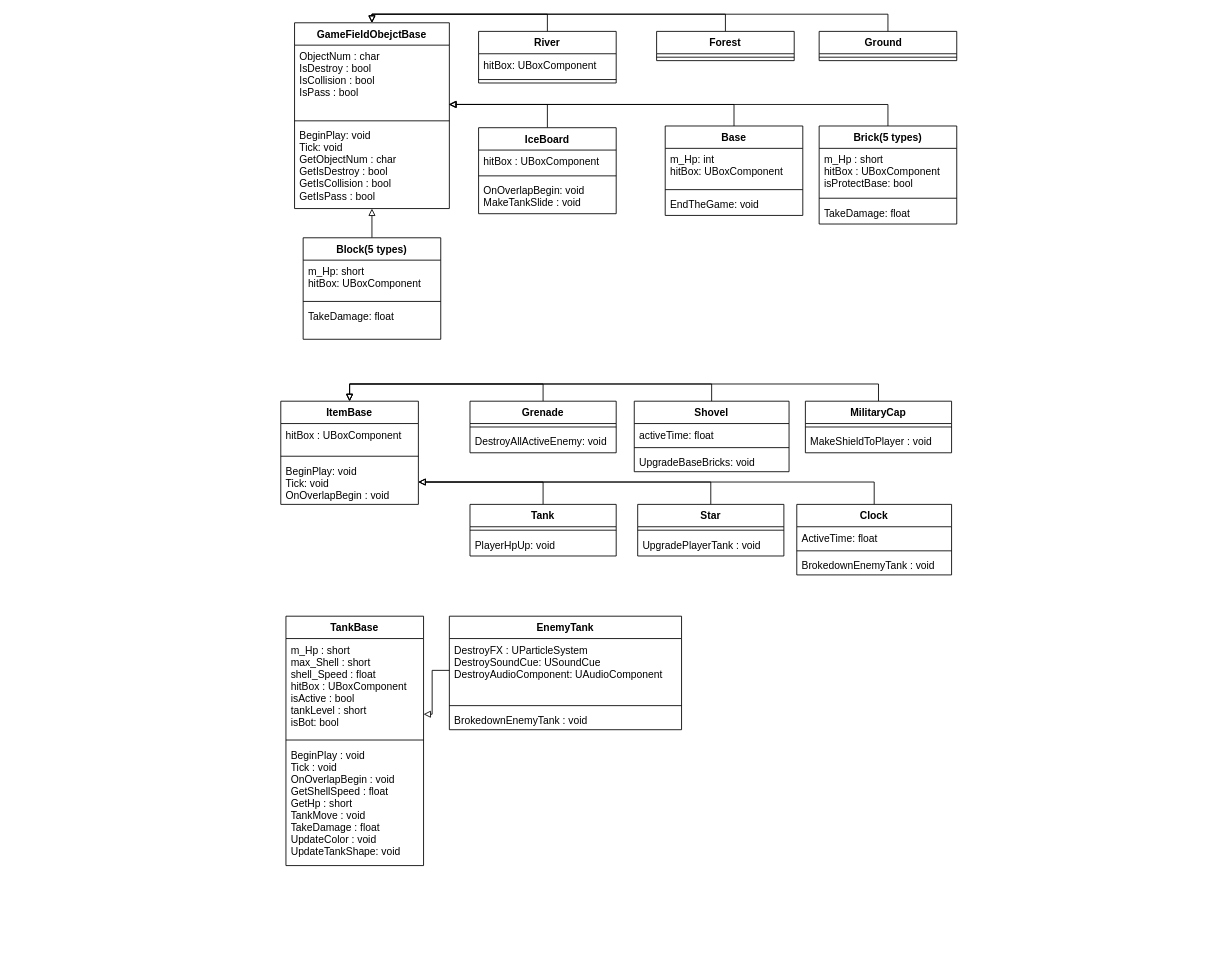
Above: Untitled Diagram.drawio in zzaxowns/Study_LIST_IN_Vacation (draw.io), before the change. Source tidied: cells renumbered, new cells numbered last; positions are measured from the earlier drawing's top-left corner, leaving out a move shared by most shapes. Both pictures are drawn from the tidied source at 86%, with x=0, y=0 at pixel (280, 22).
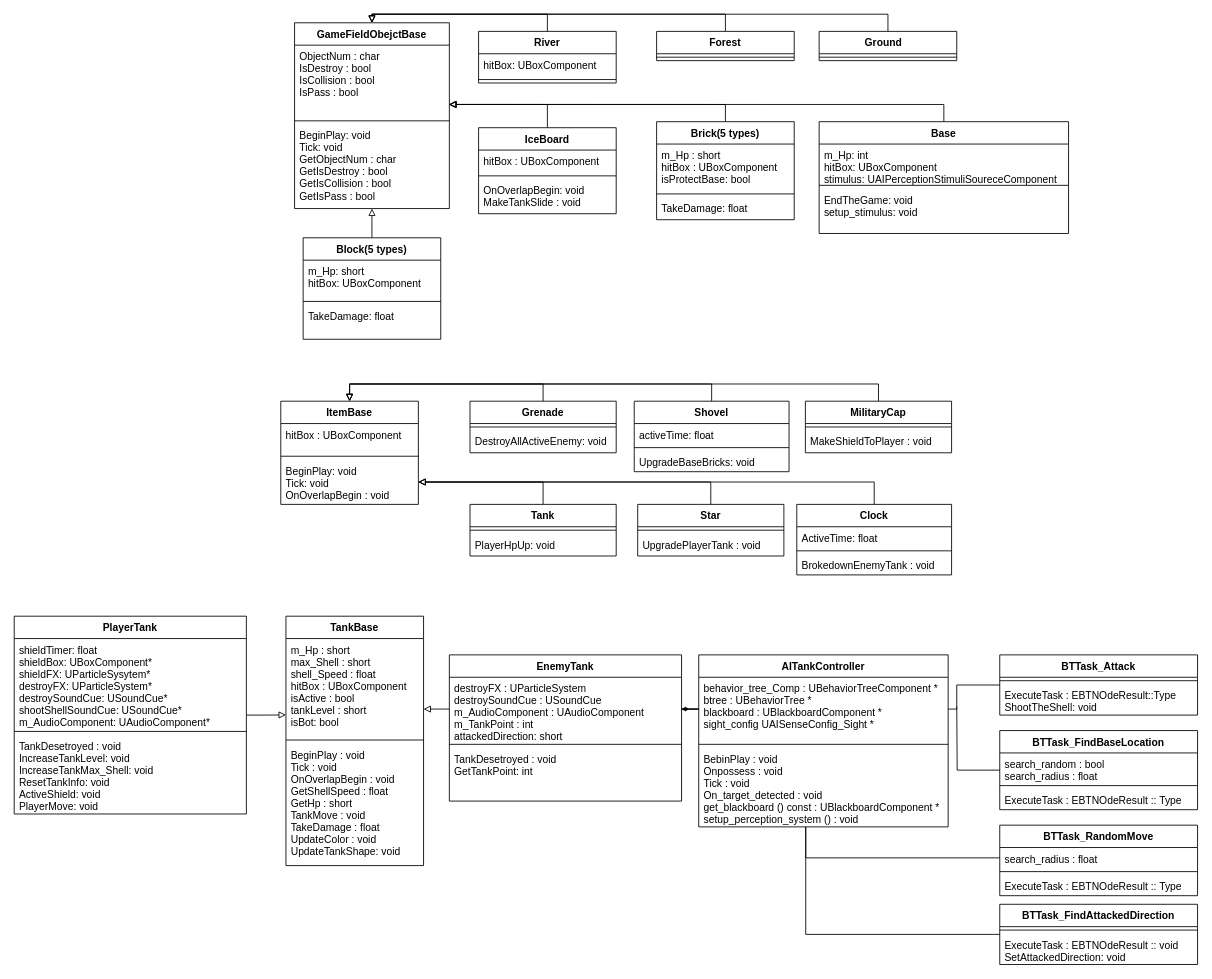
After the change.

The change refers to these unchanged cells:
```xml
<mxCell id="67" value="m_Hp : short &#10;max_Shell : short &#10;shell_Speed : float         &#10;hitBox : UBoxComponent &#10;isActive : bool &#10;tankLevel : short&#10;isBot: bool&#10;&#10;" style="text;strokeColor=none;fillColor=none;align=left;verticalAlign=top;spacingLeft=4;spacingRight=4;overflow=hidden;points=[[0,0.5],[1,0.5]];portConstraint=eastwest;" parent="66" vertex="1">
  <mxGeometry y="26" width="160" height="114" as="geometry" />
</mxCell>
```

Diff of the diagram source:
```diff
@@
     <mxCell id="15" value="Brick(5 types)" style="swimlane;fontStyle=1;align=center;verticalAlign=top;horizontal=1;startSize=26;" parent="1" vertex="1">
-      <mxGeometry x="626" y="120" width="160" height="114" as="geometry" />
+      <mxGeometry x="437" y="115" width="160" height="114" as="geometry" />
     </mxCell>
@@
     <mxCell id="32" value="Base" style="swimlane;fontStyle=1;align=center;verticalAlign=top;horizontal=1;startSize=26;" parent="1" vertex="1">
-      <mxGeometry x="447" y="120" width="160" height="104" as="geometry" />
+      <mxGeometry x="626" y="115" width="290" height="130" as="geometry" />
     </mxCell>
-    <mxCell id="33" value="m_Hp: int&#10;hitBox: UBoxComponent" style="text;strokeColor=none;fillColor=none;align=left;verticalAlign=top;spacingLeft=4;spacingRight=4;overflow=hidden;" parent="32" vertex="1">
-      <mxGeometry y="26" width="160" height="44" as="geometry" />
+    <mxCell id="33" value="m_Hp: int&#10;hitBox: UBoxComponent&#10;stimulus: UAIPerceptionStimuliSoureceComponent" style="text;strokeColor=none;fillColor=none;align=left;verticalAlign=top;spacingLeft=4;spacingRight=4;overflow=hidden;" parent="32" vertex="1">
+      <mxGeometry y="26" width="290" height="44" as="geometry" />
     </mxCell>
     <mxCell id="34" style="line;strokeWidth=1;fillColor=none;align=left;verticalAlign=middle;spacingTop=-1;spacingLeft=3;spacingRight=3;labelPosition=right;" parent="32" vertex="1">
-      <mxGeometry y="70" width="160" height="8" as="geometry" />
+      <mxGeometry y="70" width="290" height="8" as="geometry" />
     </mxCell>
-    <mxCell id="35" value="EndTheGame: void " style="text;strokeColor=none;fillColor=none;align=left;verticalAlign=top;spacingLeft=4;spacingRight=4;overflow=hidden;" parent="32" vertex="1">
-      <mxGeometry y="78" width="160" height="26" as="geometry" />
+    <mxCell id="35" value="EndTheGame: void &#10;setup_stimulus: void" style="text;strokeColor=none;fillColor=none;align=left;verticalAlign=top;spacingLeft=4;spacingRight=4;overflow=hidden;" parent="32" vertex="1">
+      <mxGeometry y="78" width="290" height="52" as="geometry" />
     </mxCell>
@@
     <mxCell id="70" value="EnemyTank" style="swimlane;fontStyle=1;align=center;verticalAlign=top;horizontal=1;startSize=26;" parent="1" vertex="1">
-      <mxGeometry x="196" y="690" width="270" height="132" as="geometry" />
+      <mxGeometry x="196" y="735" width="270" height="170" as="geometry" />
     </mxCell>
-    <mxCell id="71" value="DestroyFX : UParticleSystem &#10;DestroySoundCue: USoundCue&#10;DestroyAudioComponent: UAudioComponent" style="text;strokeColor=none;fillColor=none;align=left;verticalAlign=top;spacingLeft=4;spacingRight=4;overflow=hidden;points=[[0,0.5],[1,0.5]];portConstraint=eastwest;" parent="70" vertex="1">
+    <mxCell id="71" value="destroyFX : UParticleSystem &#10;destroySoundCue : USoundCue &#10;m_AudioComponent : UAudioComponent &#10;m_TankPoint : int&#10;attackedDirection: short&#10;&#10;" style="text;strokeColor=none;fillColor=none;align=left;verticalAlign=top;spacingLeft=4;spacingRight=4;overflow=hidden;points=[[0,0.5],[1,0.5]];portConstraint=eastwest;" parent="70" vertex="1">
       <mxGeometry y="26" width="270" height="74" as="geometry" />
     </mxCell>
@@
-    <mxCell id="73" value="BrokedownEnemyTank : void" style="text;strokeColor=none;fillColor=none;align=left;verticalAlign=top;spacingLeft=4;spacingRight=4;overflow=hidden;" parent="70" vertex="1">
-      <mxGeometry y="108" width="270" height="24" as="geometry" />
+    <mxCell id="73" value="TankDesetroyed : void&#10;GetTankPoint: int&#10;" style="text;strokeColor=none;fillColor=none;align=left;verticalAlign=top;spacingLeft=4;spacingRight=4;overflow=hidden;" parent="70" vertex="1">
+      <mxGeometry y="108" width="270" height="62" as="geometry" />
     </mxCell>
-    <mxCell id="74" style="edgeStyle=orthogonalEdgeStyle;rounded=0;jettySize=auto;html=1;exitX=0;exitY=0.5;exitDx=0;exitDy=0;entryX=1;entryY=0.772;entryDx=0;entryDy=0;entryPerimeter=0;endArrow=block;endFill=0;" parent="1" edge="1" source="71" target="67">
-      <mxGeometry relative="1" as="geometry" />
+    <mxCell id="74" style="edgeStyle=orthogonalEdgeStyle;rounded=0;jettySize=auto;html=1;exitX=0;exitY=0.5;exitDx=0;exitDy=0;endArrow=block;endFill=0;" parent="1" edge="1" source="71">
+      <mxGeometry relative="1" as="geometry">
+        <mxPoint x="166" y="798" as="targetPoint" />
+      </mxGeometry>
     </mxCell>
+    <mxCell id="75" value="AITankController" style="swimlane;fontStyle=1;align=center;verticalAlign=top;horizontal=1;startSize=26;" parent="1" vertex="1">
+      <mxGeometry x="486" y="735" width="290" height="200" as="geometry" />
+    </mxCell>
+    <mxCell id="76" value="behavior_tree_Comp : UBehaviorTreeComponent *&#10;btree : UBehaviorTree * &#10;blackboard : UBlackboardComponent *&#10;sight_config UAISenseConfig_Sight *" style="text;strokeColor=none;fillColor=none;align=left;verticalAlign=top;spacingLeft=4;spacingRight=4;overflow=hidden;points=[[0,0.5],[1,0.5]];portConstraint=eastwest;" parent="75" vertex="1">
+      <mxGeometry y="26" width="290" height="74" as="geometry" />
+    </mxCell>
+    <mxCell id="77" style="line;strokeWidth=1;fillColor=none;align=left;verticalAlign=middle;spacingTop=-1;spacingLeft=3;spacingRight=3;labelPosition=right;" parent="75" vertex="1">
+      <mxGeometry y="100" width="290" height="8" as="geometry" />
+    </mxCell>
+    <mxCell id="78" value="BebinPlay : void &#10;Onpossess : void &#10;Tick : void &#10;On_target_detected : void&#10;get_blackboard () const : UBlackboardComponent * &#10;setup_perception_system () : void&#10;" style="text;strokeColor=none;fillColor=none;align=left;verticalAlign=top;spacingLeft=4;spacingRight=4;overflow=hidden;points=[[0,0.5],[1,0.5]];portConstraint=eastwest;" parent="75" vertex="1">
+      <mxGeometry y="108" width="290" height="92" as="geometry" />
+    </mxCell>
+    <mxCell id="79" style="edgeStyle=orthogonalEdgeStyle;rounded=0;jettySize=auto;html=1;entryX=1;entryY=0.5;entryDx=0;entryDy=0;endArrow=none;endFill=0;" parent="1" edge="1" source="80" target="76">
+      <mxGeometry relative="1" as="geometry">
+        <Array as="points">
+          <mxPoint x="786" y="770" />
+        </Array>
+      </mxGeometry>
+    </mxCell>
+    <mxCell id="80" value="BTTask_Attack" style="swimlane;fontStyle=1;align=center;verticalAlign=top;horizontal=1;startSize=26;" parent="1" vertex="1">
+      <mxGeometry x="836" y="735" width="230" height="70" as="geometry" />
+    </mxCell>
+    <mxCell id="81" style="line;strokeWidth=1;fillColor=none;align=left;verticalAlign=middle;spacingTop=-1;spacingLeft=3;spacingRight=3;labelPosition=right;" parent="80" vertex="1">
+      <mxGeometry y="26" width="230" height="8" as="geometry" />
+    </mxCell>
+    <mxCell id="82" value="ExecuteTask : EBTNOdeResult::Type&#10;ShootTheShell: void&#10;" style="text;strokeColor=none;fillColor=none;align=left;verticalAlign=top;spacingLeft=4;spacingRight=4;overflow=hidden;" parent="80" vertex="1">
+      <mxGeometry y="34" width="230" height="36" as="geometry" />
+    </mxCell>
+    <mxCell id="83" style="edgeStyle=orthogonalEdgeStyle;rounded=0;jettySize=auto;html=1;exitX=0;exitY=0.5;exitDx=0;exitDy=0;endArrow=diamondThin;endFill=1;" parent="1" edge="1" source="76" target="71">
+      <mxGeometry relative="1" as="geometry" />
+    </mxCell>
+    <mxCell id="84" style="edgeStyle=orthogonalEdgeStyle;rounded=0;jettySize=auto;html=1;endArrow=none;endFill=0;" parent="1" edge="1" source="85">
+      <mxGeometry relative="1" as="geometry">
+        <mxPoint x="786" y="795" as="targetPoint" />
+      </mxGeometry>
+    </mxCell>
+    <mxCell id="85" value="BTTask_FindBaseLocation" style="swimlane;fontStyle=1;align=center;verticalAlign=top;horizontal=1;startSize=26;" parent="1" vertex="1">
+      <mxGeometry x="836" y="823" width="230" height="92" as="geometry" />
+    </mxCell>
+    <mxCell id="86" value="search_random : bool &#10;search_radius : float&#10;" style="text;strokeColor=none;fillColor=none;align=left;verticalAlign=top;spacingLeft=4;spacingRight=4;overflow=hidden;" parent="85" vertex="1">
+      <mxGeometry y="26" width="230" height="34" as="geometry" />
+    </mxCell>
+    <mxCell id="87" style="line;strokeWidth=1;fillColor=none;align=left;verticalAlign=middle;spacingTop=-1;spacingLeft=3;spacingRight=3;labelPosition=right;" parent="85" vertex="1">
+      <mxGeometry y="60" width="230" height="8" as="geometry" />
+    </mxCell>
+    <mxCell id="88" value="ExecuteTask : EBTNOdeResult :: Type" style="text;strokeColor=none;fillColor=none;align=left;verticalAlign=top;spacingLeft=4;spacingRight=4;overflow=hidden;" parent="85" vertex="1">
+      <mxGeometry y="68" width="230" height="24" as="geometry" />
+    </mxCell>
+    <mxCell id="89" value="BTTask_RandomMove" style="swimlane;fontStyle=1;align=center;verticalAlign=top;horizontal=1;startSize=26;" parent="1" vertex="1">
+      <mxGeometry x="836" y="933" width="230" height="82" as="geometry" />
+    </mxCell>
+    <mxCell id="90" value="search_radius : float&#10;" style="text;strokeColor=none;fillColor=none;align=left;verticalAlign=top;spacingLeft=4;spacingRight=4;overflow=hidden;points=[[0,0.5],[1,0.5]];portConstraint=eastwest;" parent="89" vertex="1">
+      <mxGeometry y="26" width="230" height="24" as="geometry" />
+    </mxCell>
+    <mxCell id="91" style="line;strokeWidth=1;fillColor=none;align=left;verticalAlign=middle;spacingTop=-1;spacingLeft=3;spacingRight=3;labelPosition=right;" parent="89" vertex="1">
+      <mxGeometry y="50" width="230" height="8" as="geometry" />
+    </mxCell>
+    <mxCell id="92" value="ExecuteTask : EBTNOdeResult :: Type" style="text;strokeColor=none;fillColor=none;align=left;verticalAlign=top;spacingLeft=4;spacingRight=4;overflow=hidden;" parent="89" vertex="1">
+      <mxGeometry y="58" width="230" height="24" as="geometry" />
+    </mxCell>
+    <mxCell id="93" style="edgeStyle=orthogonalEdgeStyle;rounded=0;jettySize=auto;html=1;entryX=0.429;entryY=1;entryDx=0;entryDy=0;entryPerimeter=0;endArrow=none;endFill=0;" parent="1" edge="1" source="94" target="78">
+      <mxGeometry relative="1" as="geometry">
+        <Array as="points">
+          <mxPoint x="610" y="1060" />
+        </Array>
+      </mxGeometry>
+    </mxCell>
+    <mxCell id="94" value="BTTask_FindAttackedDirection" style="swimlane;fontStyle=1;align=center;verticalAlign=top;horizontal=1;startSize=26;" parent="1" vertex="1">
+      <mxGeometry x="836" y="1025" width="230" height="70" as="geometry" />
+    </mxCell>
+    <mxCell id="95" style="line;strokeWidth=1;fillColor=none;align=left;verticalAlign=middle;spacingTop=-1;spacingLeft=3;spacingRight=3;labelPosition=right;" parent="94" vertex="1">
+      <mxGeometry y="26" width="230" height="8" as="geometry" />
+    </mxCell>
+    <mxCell id="96" value="ExecuteTask : EBTNOdeResult :: void &#10;SetAttackedDirection: void&#10;" style="text;strokeColor=none;fillColor=none;align=left;verticalAlign=top;spacingLeft=4;spacingRight=4;overflow=hidden;" parent="94" vertex="1">
+      <mxGeometry y="34" width="230" height="36" as="geometry" />
+    </mxCell>
+    <mxCell id="97" style="edgeStyle=orthogonalEdgeStyle;rounded=0;jettySize=auto;html=1;entryX=0.429;entryY=1;entryDx=0;entryDy=0;entryPerimeter=0;endArrow=none;endFill=0;" parent="1" edge="1" source="90" target="78">
+      <mxGeometry relative="1" as="geometry" />
+    </mxCell>
+    <mxCell id="98" style="edgeStyle=orthogonalEdgeStyle;rounded=0;jettySize=auto;html=1;entryX=0;entryY=0.779;entryDx=0;entryDy=0;entryPerimeter=0;endArrow=block;endFill=0;" parent="1" edge="1" source="99" target="67">
+      <mxGeometry relative="1" as="geometry" />
+    </mxCell>
+    <mxCell id="99" value="PlayerTank" style="swimlane;fontStyle=1;align=center;verticalAlign=top;horizontal=1;startSize=26;" parent="1" vertex="1">
+      <mxGeometry x="-310" y="690" width="270" height="230" as="geometry" />
+    </mxCell>
+    <mxCell id="100" value="shieldTimer: float&#10;shieldBox: UBoxComponent*&#10;shieldFX: UParticleSysytem*&#10;destroyFX: UParticleSystem*&#10;destroySoundCue: USoundCue*&#10;shootShellSoundCue: USoundCue*&#10;m_AudioComponent: UAudioComponent*&#10;" style="text;strokeColor=none;fillColor=none;align=left;verticalAlign=top;spacingLeft=4;spacingRight=4;overflow=hidden;" parent="99" vertex="1">
+      <mxGeometry y="26" width="270" height="104" as="geometry" />
+    </mxCell>
+    <mxCell id="101" style="line;strokeWidth=1;fillColor=none;align=left;verticalAlign=middle;spacingTop=-1;spacingLeft=3;spacingRight=3;labelPosition=right;" parent="99" vertex="1">
+      <mxGeometry y="130" width="270" height="8" as="geometry" />
+    </mxCell>
+    <mxCell id="102" value="TankDesetroyed : void&#10;IncreaseTankLevel: void&#10;IncreaseTankMax_Shell: void&#10;ResetTankInfo: void&#10;ActiveShield: void&#10;PlayerMove: void&#10;" style="text;strokeColor=none;fillColor=none;align=left;verticalAlign=top;spacingLeft=4;spacingRight=4;overflow=hidden;" parent="99" vertex="1">
+      <mxGeometry y="138" width="270" height="92" as="geometry" />
+    </mxCell>
```
